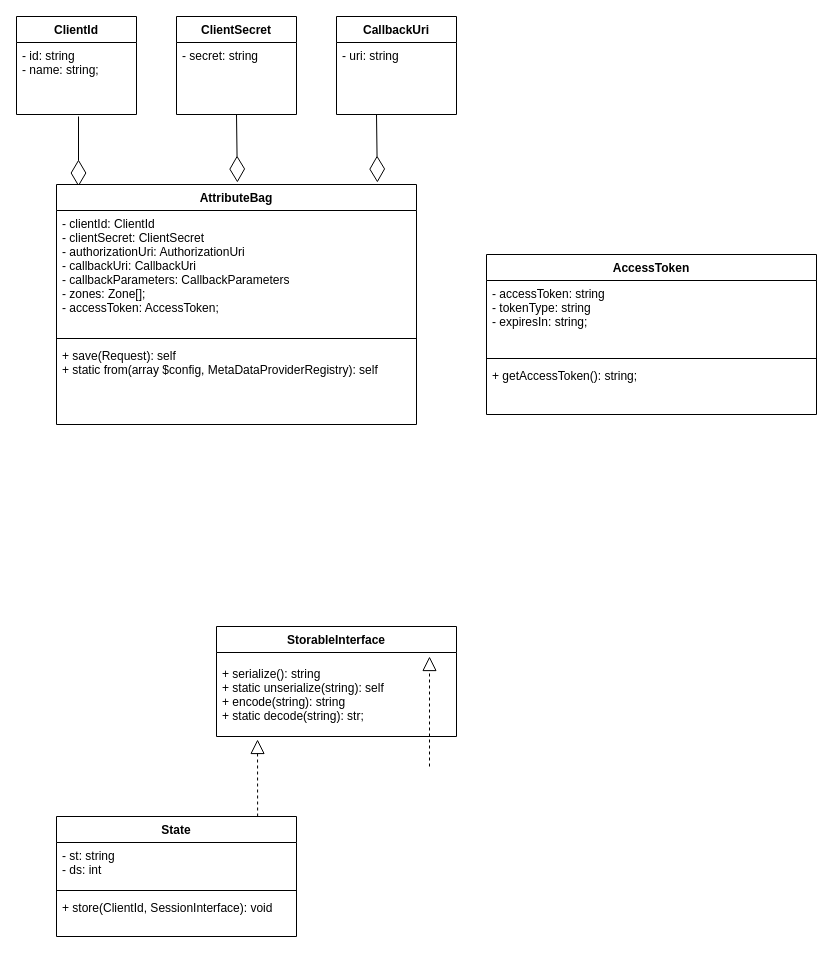
andrzej-pakula/oauth-api-connector-bundle keeps this draw.io diagram as page "attributes" (3 of 4) of oauth.drawio. Above is the earlier version. Source tidied: cells renumbered, new cells numbered last; positions are measured from the earlier drawing's top-left corner, leaving out a move shared by most shapes. Both pictures are drawn from the tidied source at 100%, with x=0, y=0 at pixel (16, 16).
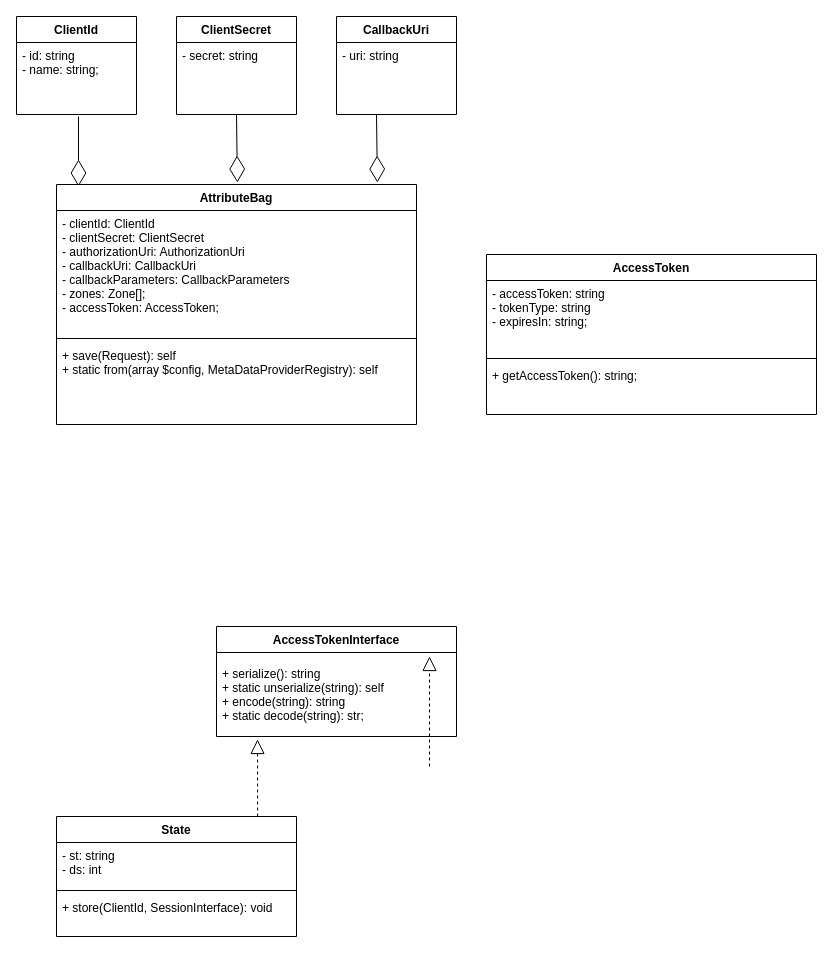
After the change.

Diff of the diagram source:
```diff
@@
-    <mxCell id="27" value="StorableInterface" style="swimlane;fontStyle=1;align=center;verticalAlign=top;horizontal=1;startSize=26;" parent="1" vertex="1">
+    <mxCell id="27" value="AccessTokenInterface" style="swimlane;fontStyle=1;align=center;verticalAlign=top;horizontal=1;startSize=26;" parent="1" vertex="1">
       <mxGeometry x="200" y="610" width="240" height="110" as="geometry" />
     </mxCell>
```
